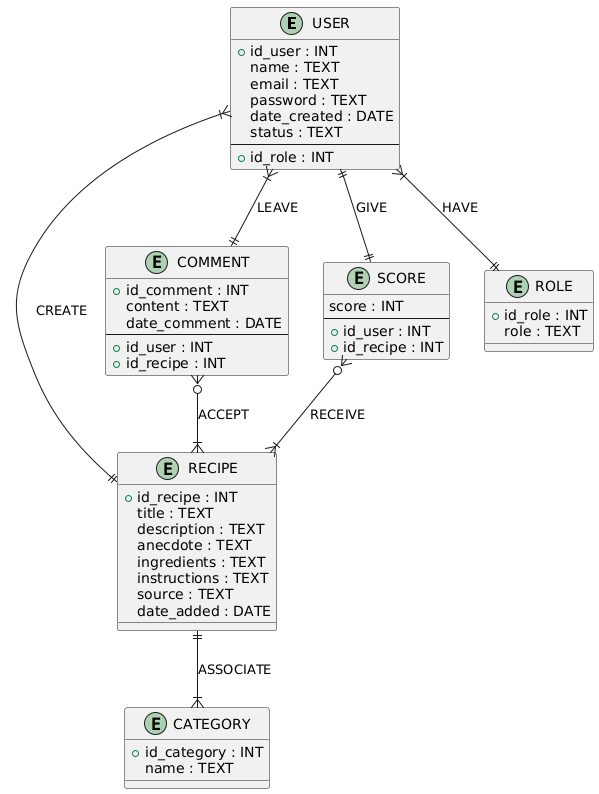
Above: conception/diagrammes/ERD.png in josephDelnord/cinesaveurs (PlantUML), before the change.
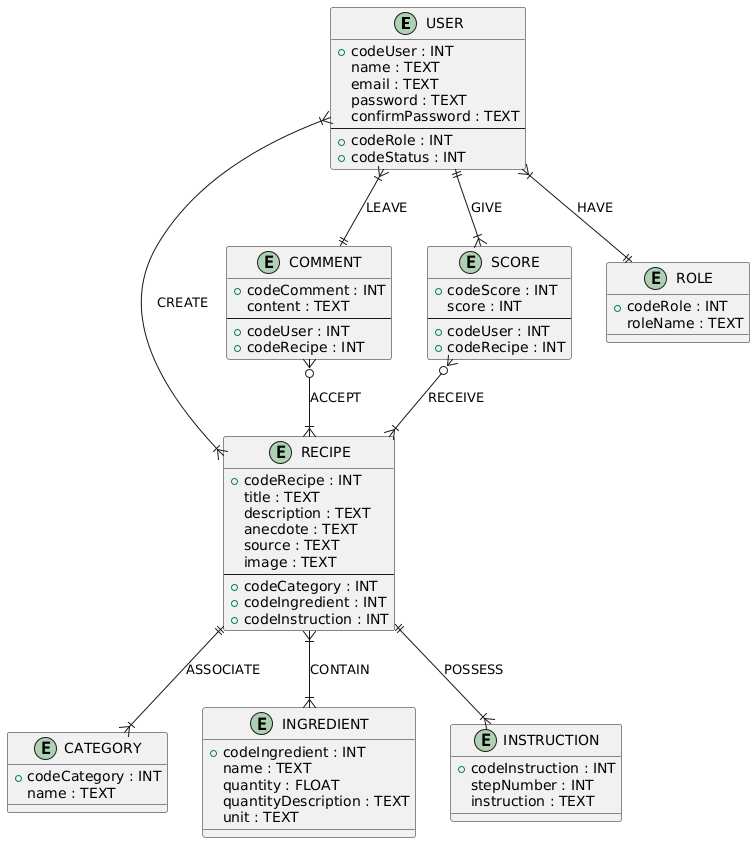
After the commit.

Diff of the diagram source:
```diff
@@ -1,57 +1,91 @@
 @startuml
-entity "USER" {
-  +id_user : INT
+skinparam entity {
+  BackgroundColor #FFCC99
+  BorderColor #B8860B
+  FontColor #000000
+}
+
+skinparam entityAttribute {
+  BackgroundColor #F0E68C
+  BorderColor #B8860B
+}
+
+skinparam entityRelationship {
+  BackgroundColor #FFD700
+  ArrowColor #FF4500
+}
+
+entity "USER" as user {
+  + codeUser : INT
   name : TEXT
   email : TEXT
   password : TEXT
-  date_created : DATE
-  status : TEXT
+  confirmPassword : TEXT
   --
-  +id_role : INT
+  + codeRole : INT
+  + codeStatus : INT
 }
 
-entity "RECIPE" {
-  +id_recipe : INT
+entity "RECIPE" as recipe {
+  + codeRecipe : INT
   title : TEXT
   description : TEXT
   anecdote : TEXT
-  ingredients : TEXT
-  instructions : TEXT
   source : TEXT
-  date_added : DATE
+  image : TEXT
+  --
+  + codeCategory : INT
+  + codeIngredient : INT
+  + codeInstruction : INT
 }
 
-entity "CATEGORY" {
-  +id_category : INT
+entity "CATEGORY" as category {
+  + codeCategory : INT
   name : TEXT
 }
 
-entity "COMMENT" {
-  +id_comment : INT
+entity "COMMENT" as comment {
+  + codeComment : INT
   content : TEXT
-  date_comment : DATE
   --
-  +id_user : INT
-  +id_recipe : INT
+  + codeUser : INT
+  + codeRecipe : INT
 }
 
-entity "SCORE" {
+entity "SCORE" as score {
+  + codeScore : INT
   score : INT
   --
-  +id_user : INT
-  +id_recipe : INT
+  + codeUser : INT
+  + codeRecipe : INT
 }
 
-entity "ROLE" {
-  +id_role : INT
-  role : TEXT
+entity "ROLE" as role {
+  + codeRole : INT
+  roleName : TEXT
 }
 
-USER }|--|| ROLE : "HAVE"
-USER }|--|| RECIPE : "CREATE"
-USER }|--|| COMMENT : "LEAVE"
-USER ||--|| SCORE : "GIVE"
-RECIPE ||--|{ CATEGORY : "ASSOCIATE"
-SCORE }o--|{ RECIPE : "RECEIVE"
-COMMENT }o--|{ RECIPE : "ACCEPT"
+entity "INGREDIENT" as ingredient {
+  + codeIngredient : INT
+  name : TEXT
+  quantity : FLOAT
+  quantityDescription : TEXT
+  unit : TEXT
+}
+
+entity "INSTRUCTION" as instruction {
+  + codeInstruction : INT
+  stepNumber : INT
+  instruction : TEXT
+}
+
+user }|--|| role : "HAVE"
+user }|--|{ recipe : "CREATE"
+user }|--|| comment : "LEAVE"
+user ||--|{ score : "GIVE"
+recipe ||--|{ category : "ASSOCIATE"
+score }o--|{ recipe : "RECEIVE"
+comment }o--|{ recipe : "ACCEPT"
+recipe }|--|{ ingredient : "CONTAIN"
+recipe ||--|{ instruction : "POSSESS"
 @enduml
```
